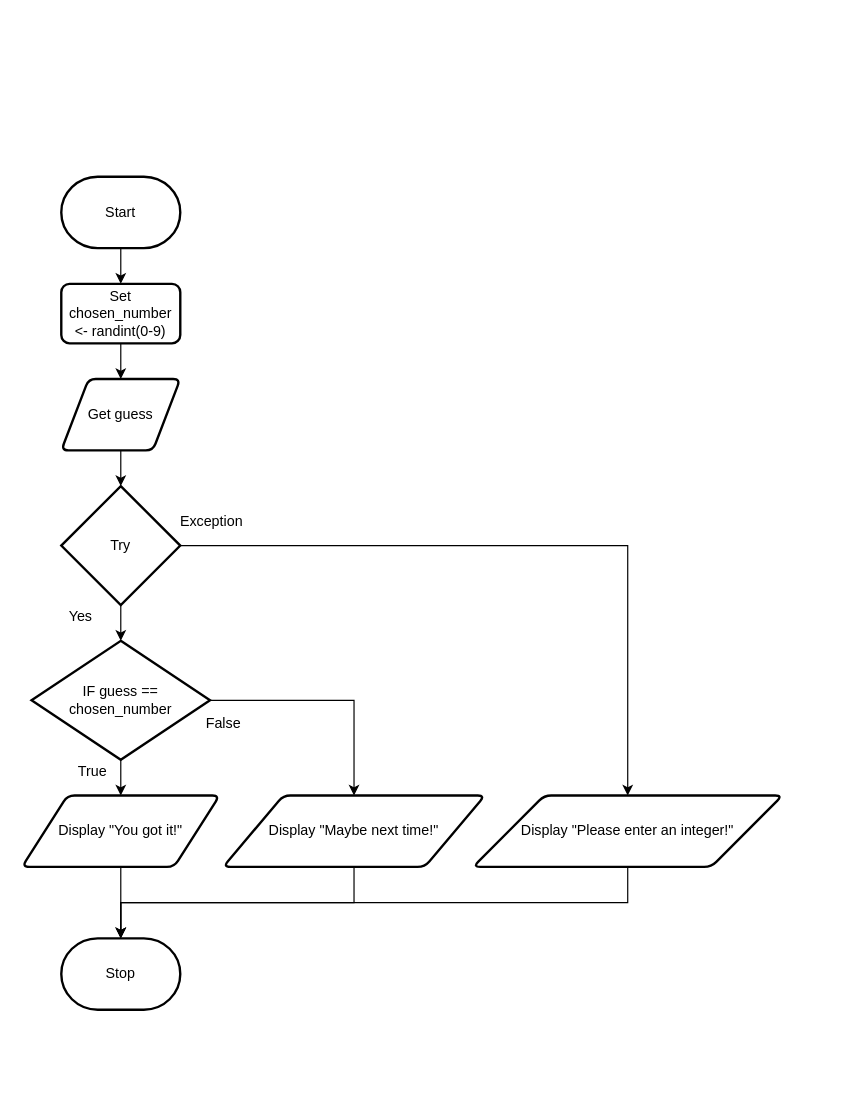
Earlier version of the draw.io diagram page "Flowchart" (1 of 2) of design.drawio (Samuel-Webster-178/ICS3U-Unit4-Unit4-04-Python). Source tidied: cells renumbered, new cells numbered last; positions are measured from the earlier drawing's top-left corner, leaving out a move shared by most shapes. Both pictures are drawn from the tidied source at 119%, with x=0, y=0 at pixel (21, 176).
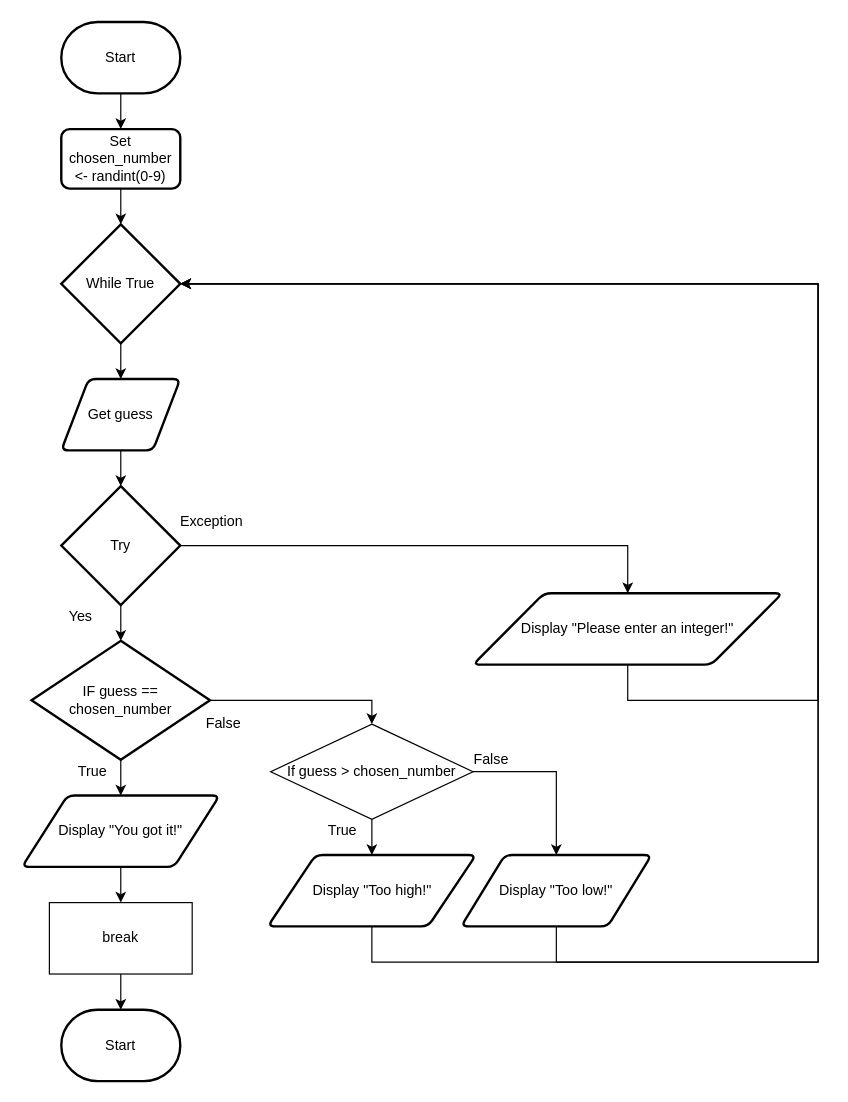
After the change.

The change refers to these unchanged cells:
```xml
<mxCell id="6" value="Get guess" style="shape=parallelogram;html=1;strokeWidth=2;perimeter=parallelogramPerimeter;whiteSpace=wrap;rounded=1;arcSize=12;size=0.23;" parent="1" vertex="1">
  <mxGeometry x="33" y="170" width="100" height="60" as="geometry" />
</mxCell>
<mxCell id="8" value="Display &quot;You got it!&quot;" style="shape=parallelogram;html=1;strokeWidth=2;perimeter=parallelogramPerimeter;whiteSpace=wrap;rounded=1;arcSize=12;size=0.23;" parent="1" vertex="1">
  <mxGeometry y="520" width="166" height="60" as="geometry" />
</mxCell>
<mxCell id="13" value="IF guess == chosen_number" style="strokeWidth=2;html=1;shape=mxgraph.flowchart.decision;whiteSpace=wrap;" parent="1" vertex="1">
  <mxGeometry x="8" y="390" width="150" height="100" as="geometry" />
</mxCell>
<mxCell id="20" value="Try" style="strokeWidth=2;html=1;shape=mxgraph.flowchart.decision;whiteSpace=wrap;" parent="1" vertex="1">
  <mxGeometry x="33" y="260" width="100" height="100" as="geometry" />
</mxCell>
```

The edit, as a diff of the source:
```diff
@@
-    <mxCell id="2" style="edgeStyle=none;html=1;" parent="1" edge="1" target="6">
-      <mxGeometry relative="1" as="geometry">
-        <mxPoint x="83" y="140" as="sourcePoint" />
-      </mxGeometry>
-    </mxCell>
@@
     <mxCell id="4" value="Start" style="strokeWidth=2;html=1;shape=mxgraph.flowchart.terminator;whiteSpace=wrap;" parent="1" vertex="1">
-      <mxGeometry x="33" width="100" height="60" as="geometry" />
+      <mxGeometry x="33" y="-130" width="100" height="60" as="geometry" />
     </mxCell>
-    <mxCell id="5" style="edgeStyle=none;html=1;" parent="1" edge="1" source="6" target="20">
-      <mxGeometry relative="1" as="geometry" />
-    </mxCell>
@@
-    <mxCell id="7" style="edgeStyle=orthogonalEdgeStyle;rounded=0;html=1;entryX=0.5;entryY=0;entryDx=0;entryDy=0;entryPerimeter=0;" parent="1" edge="1" source="8" target="9">
-      <mxGeometry relative="1" as="geometry" />
+    <mxCell id="7" style="edgeStyle=orthogonalEdgeStyle;rounded=0;html=1;" parent="1" edge="1" source="8">
+      <mxGeometry relative="1" as="geometry">
+        <mxPoint x="83" y="610" as="targetPoint" />
+      </mxGeometry>
     </mxCell>
@@
-    <mxCell id="9" value="Stop" style="strokeWidth=2;html=1;shape=mxgraph.flowchart.terminator;whiteSpace=wrap;" parent="1" vertex="1">
-      <mxGeometry x="33" y="640" width="100" height="60" as="geometry" />
-    </mxCell>
+    <mxCell id="25" style="edgeStyle=none;html=1;" parent="1" edge="1" source="10" target="30">
+      <mxGeometry relative="1" as="geometry" />
+    </mxCell>
     <mxCell id="10" value="Set chosen_number &amp;lt;- randint(0-9)" style="rounded=1;whiteSpace=wrap;html=1;absoluteArcSize=1;arcSize=14;strokeWidth=2;" parent="1" vertex="1">
-      <mxGeometry x="33" y="90" width="100" height="50" as="geometry" />
+      <mxGeometry x="33" y="-40" width="100" height="50" as="geometry" />
     </mxCell>
@@
-    <mxCell id="12" style="edgeStyle=orthogonalEdgeStyle;html=1;entryX=0.5;entryY=0;entryDx=0;entryDy=0;exitX=1;exitY=0.5;exitDx=0;exitDy=0;exitPerimeter=0;rounded=0;" parent="1" edge="1" source="13" target="15">
-      <mxGeometry relative="1" as="geometry" />
-    </mxCell>
+    <mxCell id="26" style="edgeStyle=orthogonalEdgeStyle;rounded=0;html=1;entryX=0.5;entryY=0;entryDx=0;entryDy=0;" parent="1" edge="1" source="13" target="35">
+      <mxGeometry relative="1" as="geometry" />
+    </mxCell>
@@
-    <mxCell id="14" style="edgeStyle=orthogonalEdgeStyle;rounded=0;html=1;entryX=0.5;entryY=0;entryDx=0;entryDy=0;entryPerimeter=0;" parent="1" edge="1" source="15" target="9">
-      <mxGeometry relative="1" as="geometry">
-        <Array as="points">
-          <mxPoint x="279" y="610" />
-          <mxPoint x="83" y="610" />
-        </Array>
-      </mxGeometry>
-    </mxCell>
-    <mxCell id="15" value="Display &quot;Maybe next time!&quot;" style="shape=parallelogram;html=1;strokeWidth=2;perimeter=parallelogramPerimeter;whiteSpace=wrap;rounded=1;arcSize=12;size=0.23;" parent="1" vertex="1">
-      <mxGeometry x="169" y="520" width="220" height="60" as="geometry" />
-    </mxCell>
@@
-    <mxCell id="23" style="edgeStyle=orthogonalEdgeStyle;rounded=0;html=1;" parent="1" edge="1" source="24" target="9">
-      <mxGeometry relative="1" as="geometry">
-        <Array as="points">
-          <mxPoint x="509" y="610" />
-          <mxPoint x="83" y="610" />
-        </Array>
-      </mxGeometry>
-    </mxCell>
+    <mxCell id="27" style="edgeStyle=orthogonalEdgeStyle;rounded=0;html=1;entryX=1;entryY=0.5;entryDx=0;entryDy=0;entryPerimeter=0;" parent="1" edge="1" source="24" target="30">
+      <mxGeometry relative="1" as="geometry">
+        <Array as="points">
+          <mxPoint x="509" y="440" />
+          <mxPoint x="669" y="440" />
+          <mxPoint x="669" y="90" />
+        </Array>
+      </mxGeometry>
+    </mxCell>
     <mxCell id="24" value="Display &quot;Please enter an integer!&quot;" style="shape=parallelogram;html=1;strokeWidth=2;perimeter=parallelogramPerimeter;whiteSpace=wrap;rounded=1;arcSize=12;size=0.23;" parent="1" vertex="1">
-      <mxGeometry x="379" y="520" width="260" height="60" as="geometry" />
+      <mxGeometry x="379" y="350" width="260" height="60" as="geometry" />
     </mxCell>
+    <mxCell id="28" style="edgeStyle=none;html=1;" parent="1" edge="1" target="20">
+      <mxGeometry relative="1" as="geometry">
+        <mxPoint x="83" y="230" as="sourcePoint" />
+      </mxGeometry>
+    </mxCell>
+    <mxCell id="29" style="edgeStyle=none;html=1;" parent="1" edge="1" source="30" target="6">
+      <mxGeometry relative="1" as="geometry" />
+    </mxCell>
+    <mxCell id="30" value="While True" style="strokeWidth=2;html=1;shape=mxgraph.flowchart.decision;whiteSpace=wrap;" parent="1" vertex="1">
+      <mxGeometry x="33" y="40" width="100" height="100" as="geometry" />
+    </mxCell>
+    <mxCell id="31" style="edgeStyle=orthogonalEdgeStyle;rounded=0;html=1;" parent="1" edge="1" source="32" target="42">
+      <mxGeometry relative="1" as="geometry" />
+    </mxCell>
+    <mxCell id="32" value="break" style="rounded=0;whiteSpace=wrap;html=1;" parent="1" vertex="1">
+      <mxGeometry x="23" y="610" width="120" height="60" as="geometry" />
+    </mxCell>
+    <mxCell id="33" style="edgeStyle=orthogonalEdgeStyle;rounded=0;html=1;" parent="1" edge="1" source="35" target="37">
+      <mxGeometry relative="1" as="geometry" />
+    </mxCell>
+    <mxCell id="34" style="edgeStyle=orthogonalEdgeStyle;rounded=0;html=1;entryX=0.5;entryY=0;entryDx=0;entryDy=0;" parent="1" edge="1" source="35" target="39">
+      <mxGeometry relative="1" as="geometry">
+        <Array as="points">
+          <mxPoint x="449" y="500" />
+        </Array>
+      </mxGeometry>
+    </mxCell>
+    <mxCell id="35" value="If guess &amp;gt; chosen_number" style="rhombus;whiteSpace=wrap;html=1;" parent="1" vertex="1">
+      <mxGeometry x="209" y="460" width="170" height="80" as="geometry" />
+    </mxCell>
+    <mxCell id="36" style="edgeStyle=orthogonalEdgeStyle;rounded=0;html=1;entryX=1;entryY=0.5;entryDx=0;entryDy=0;entryPerimeter=0;" parent="1" edge="1" source="37" target="30">
+      <mxGeometry relative="1" as="geometry">
+        <Array as="points">
+          <mxPoint x="294" y="660" />
+          <mxPoint x="669" y="660" />
+          <mxPoint x="669" y="90" />
+        </Array>
+      </mxGeometry>
+    </mxCell>
+    <mxCell id="37" value="Display &quot;Too high!&quot;" style="shape=parallelogram;html=1;strokeWidth=2;perimeter=parallelogramPerimeter;whiteSpace=wrap;rounded=1;arcSize=12;size=0.23;" parent="1" vertex="1">
+      <mxGeometry x="206.5" y="570" width="175" height="60" as="geometry" />
+    </mxCell>
+    <mxCell id="38" style="edgeStyle=orthogonalEdgeStyle;rounded=0;html=1;entryX=1;entryY=0.5;entryDx=0;entryDy=0;entryPerimeter=0;" parent="1" edge="1" source="39" target="30">
+      <mxGeometry relative="1" as="geometry">
+        <Array as="points">
+          <mxPoint x="449" y="660" />
+          <mxPoint x="669" y="660" />
+          <mxPoint x="669" y="90" />
+        </Array>
+      </mxGeometry>
+    </mxCell>
+    <mxCell id="39" value="Display &quot;Too low!&quot;" style="shape=parallelogram;html=1;strokeWidth=2;perimeter=parallelogramPerimeter;whiteSpace=wrap;rounded=1;arcSize=12;size=0.23;" parent="1" vertex="1">
+      <mxGeometry x="369" y="570" width="160" height="60" as="geometry" />
+    </mxCell>
+    <mxCell id="40" value="False" style="text;html=1;align=center;verticalAlign=middle;strokeColor=none;fillColor=none;" parent="1" vertex="1">
+      <mxGeometry x="369" y="480" width="50" height="20" as="geometry" />
+    </mxCell>
+    <mxCell id="41" value="True" style="text;html=1;align=center;verticalAlign=middle;strokeColor=none;fillColor=none;" parent="1" vertex="1">
+      <mxGeometry x="249" y="540" width="40" height="20" as="geometry" />
+    </mxCell>
+    <mxCell id="42" value="Start" style="strokeWidth=2;html=1;shape=mxgraph.flowchart.terminator;whiteSpace=wrap;" parent="1" vertex="1">
+      <mxGeometry x="33" y="700" width="100" height="60" as="geometry" />
+    </mxCell>
```
